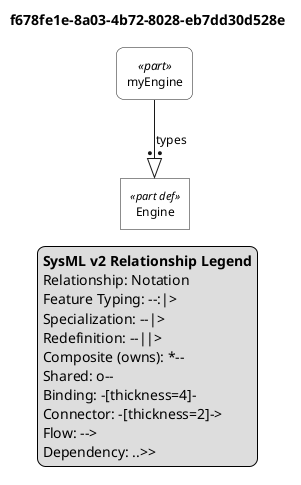
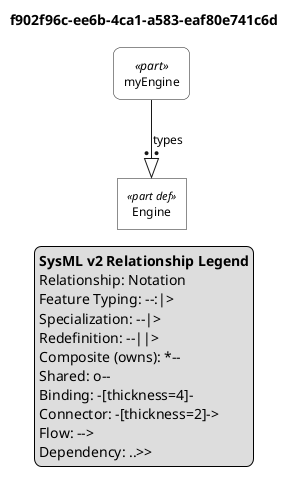
@startuml

skinparam monochrome true
skinparam wrapWidth 300
skinparam defaultFontSize 12
skinparam defaultFontName Helvetica

' Definitions: sharp corners, plain background
skinparam rectangle<<part def>> {
    RoundCorner 0
    BackgroundColor white
    StereotypeFontSize 11
}
skinparam rectangle<<item def>> {
    RoundCorner 0
    BackgroundColor white
}
skinparam rectangle<<attribute def>> {
    RoundCorner 0
    BackgroundColor white
}
skinparam rectangle<<port def>> {
    RoundCorner 0
    BackgroundColor white
}
skinparam rectangle<<action def>> {
    RoundCorner 0
    BackgroundColor white
}
skinparam rectangle<<state def>> {
    RoundCorner 0
    BackgroundColor white
}
skinparam rectangle<<requirement def>> {
    RoundCorner 0
    BackgroundColor white
}
skinparam rectangle<<view def>> {
    RoundCorner 0
    BackgroundColor white
}
skinparam rectangle<<viewpoint def>> {
    RoundCorner 0
    BackgroundColor white
}
skinparam rectangle<<enumeration def>> {
    RoundCorner 0
    BackgroundColor white
}

' Usages: rounded corners, plain background
skinparam rectangle<<part>> {
    RoundCorner 15
    BackgroundColor white
}
skinparam rectangle<<item>> {
    RoundCorner 15
    BackgroundColor white
}
skinparam rectangle<<attribute>> {
    RoundCorner 15
    BackgroundColor white
}
skinparam rectangle<<port>> {
    RoundCorner 15
    BackgroundColor white
}
skinparam rectangle<<action>> {
    RoundCorner 15
    BackgroundColor white
}
skinparam rectangle<<state>> {
    RoundCorner 15
    BackgroundColor white
}
skinparam rectangle<<requirement>> {
    RoundCorner 15
    BackgroundColor white
}
skinparam rectangle<<view>> {
    RoundCorner 15
    BackgroundColor white
}
skinparam rectangle<<viewpoint>> {
    RoundCorner 15
    BackgroundColor white
}
skinparam rectangle<<enumeration>> {
    RoundCorner 15
    BackgroundColor white
}

' Views as folders
skinparam folder<<view def>> {
    BackgroundColor white
}
skinparam folder<<view>> {
    BackgroundColor white
}

top to bottom direction

- title f678fe1e-8a03-4b72-8028-eb7dd30d528e
+ title f902f96c-ee6b-4ca1-a583-eaf80e741c6d

hide circle

rectangle "Engine" as E1 <<part def>>
rectangle "myEngine" as E2 <<part>>

E2 --:|> E1 : types

legend right
  <b>SysML v2 Relationship Legend</b>
  Relationship: Notation
  Feature Typing: --:|>
  Specialization: --|>
  Redefinition: --||>
  Composite (owns): *--
  Shared: o--
  Binding: -[thickness=4]-
  Connector: -[thickness=2]->
  Flow: -->
  Dependency: ..>>
endlegend

@enduml